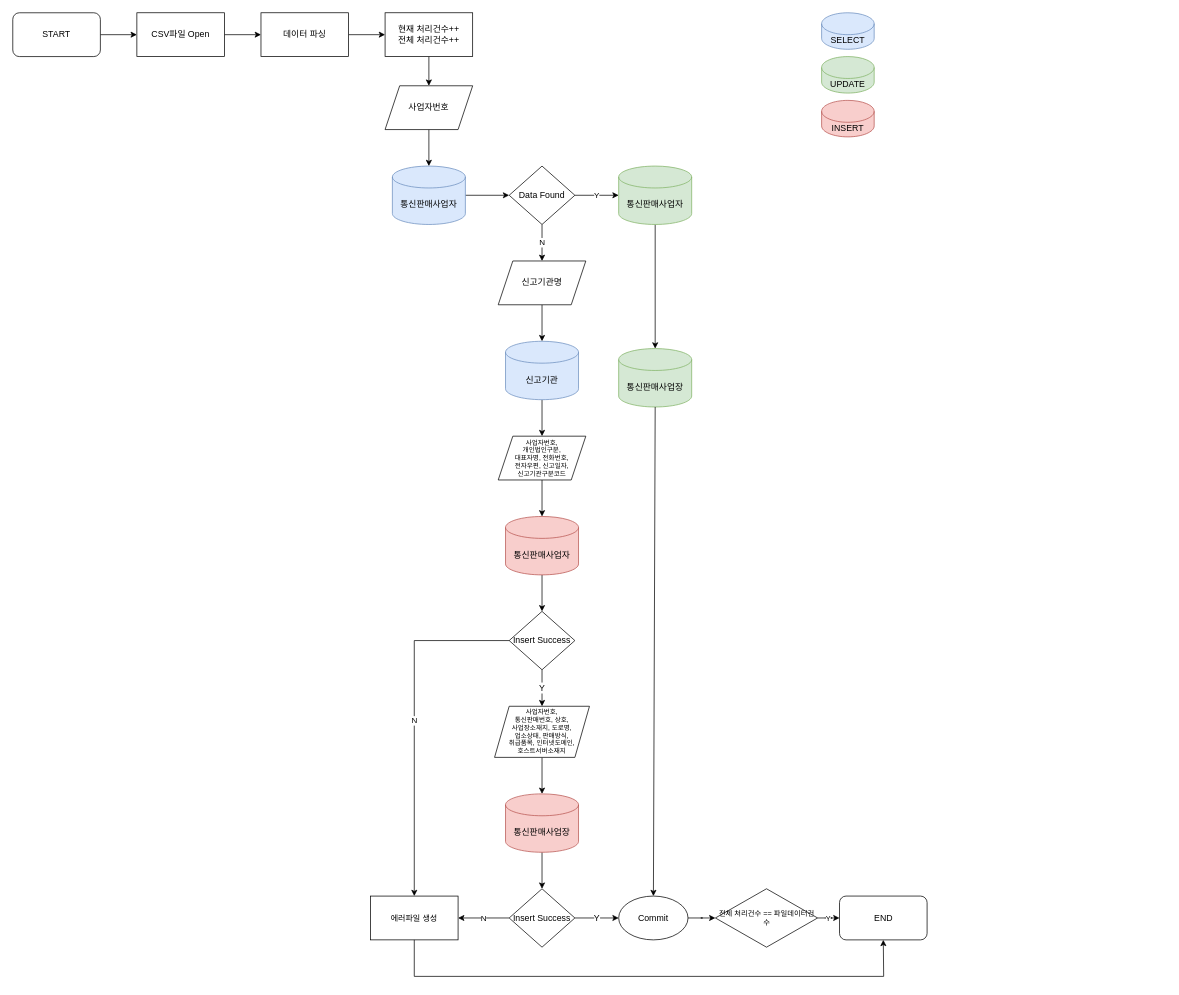
This is Untitled Diagram.drawio from h22j2n/BeakJoon, a draw.io file, before an edit. Source tidied: cells renumbered, new cells numbered last; positions are measured from the earlier drawing's top-left corner, leaving out a move shared by most shapes. Both pictures are drawn from the tidied source at 73%, with x=0, y=0 at pixel (12, 12).
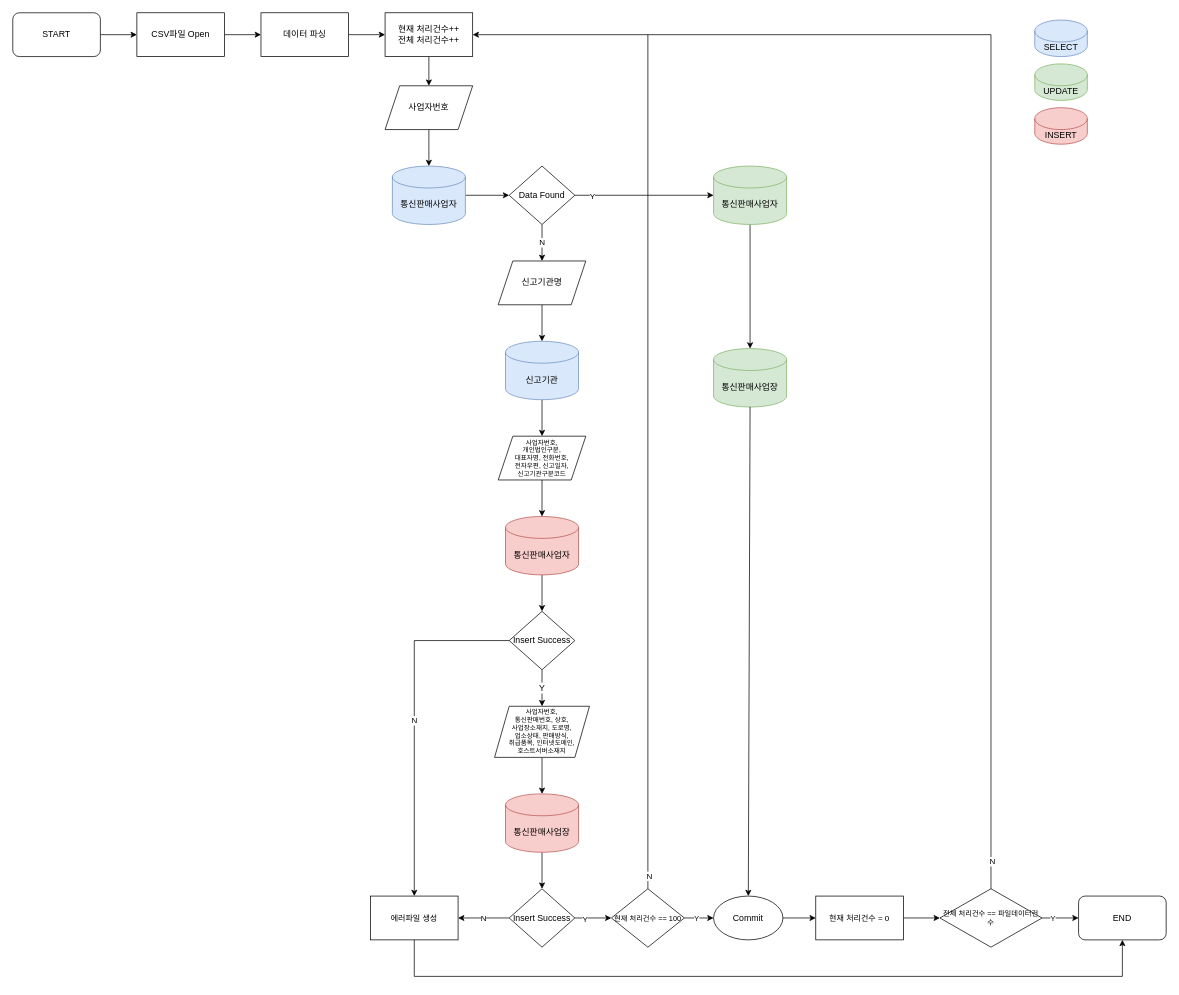
The same diagram, later.

The change refers to these unchanged cells:
```xml
<mxCell id="14" value="Data Found" style="rhombus;whiteSpace=wrap;html=1;" parent="1" vertex="1">
  <mxGeometry x="680" y="210" width="90" height="80" as="geometry" />
</mxCell>
<mxCell id="31" value="Insert Success" style="rhombus;whiteSpace=wrap;html=1;" parent="1" vertex="1">
  <mxGeometry x="680" y="1200" width="90" height="80" as="geometry" />
</mxCell>
<mxCell id="39" value="현재 처리건수++&lt;br&gt;전체 처리건수++" style="rounded=0;whiteSpace=wrap;html=1;" parent="1" vertex="1">
  <mxGeometry x="510" width="120" height="60" as="geometry" />
</mxCell>
<mxCell id="44" value="에러파일 생성" style="rounded=0;whiteSpace=wrap;html=1;fontSize=11;" parent="1" vertex="1">
  <mxGeometry x="490" y="1210" width="120" height="60" as="geometry" />
</mxCell>
```

Change to the diagram source:
```diff
@@
-    <mxCell id="13" value="Y" style="edgeStyle=orthogonalEdgeStyle;rounded=0;jettySize=auto;html=1;fontSize=11;" parent="1" edge="1" source="14" target="41">
+    <mxCell id="13" style="edgeStyle=orthogonalEdgeStyle;rounded=0;jettySize=auto;html=1;fontSize=11;" parent="1" edge="1" source="14" target="41">
       <mxGeometry relative="1" as="geometry" />
     </mxCell>
+    <mxCell id="50" value="Y" style="edgeLabel;html=1;align=center;verticalAlign=middle;fontSize=11;" parent="13" vertex="1">
+      <mxGeometry x="-0.76" y="-1" relative="1" as="geometry" />
+    </mxCell>
@@
-    <mxCell id="29" value="Y" style="edgeStyle=orthogonalEdgeStyle;rounded=0;jettySize=auto;html=1;fontSize=12;" parent="1" edge="1" source="31" target="33">
-      <mxGeometry relative="1" as="geometry" />
-    </mxCell>
@@
+    <mxCell id="51" style="edgeStyle=orthogonalEdgeStyle;rounded=0;jettySize=auto;html=1;fontSize=11;" parent="1" edge="1" source="31" target="60">
+      <mxGeometry relative="1" as="geometry" />
+    </mxCell>
+    <mxCell id="52" value="Y" style="edgeLabel;html=1;align=center;verticalAlign=middle;fontSize=11;" parent="51" vertex="1">
+      <mxGeometry x="-0.48" y="-1" relative="1" as="geometry" />
+    </mxCell>
@@
-    <mxCell id="32" style="edgeStyle=orthogonalEdgeStyle;rounded=0;jettySize=auto;html=1;fontSize=10;" parent="1" edge="1" source="33" target="36">
-      <mxGeometry relative="1" as="geometry" />
-    </mxCell>
+    <mxCell id="53" style="edgeStyle=orthogonalEdgeStyle;rounded=0;jettySize=auto;html=1;fontSize=11;" parent="1" edge="1" source="33" target="55">
+      <mxGeometry relative="1" as="geometry" />
+    </mxCell>
     <mxCell id="33" value="Commit" style="ellipse;whiteSpace=wrap;html=1;fontSize=12;" parent="1" vertex="1">
-      <mxGeometry x="830" y="1210" width="95" height="60" as="geometry" />
+      <mxGeometry x="960" y="1210" width="95" height="60" as="geometry" />
     </mxCell>
@@
     <mxCell id="36" value="전체 처리건수 == 파일데이터건수" style="rhombus;whiteSpace=wrap;html=1;fontSize=10;" parent="1" vertex="1">
-      <mxGeometry x="962.5" y="1200" width="140" height="80" as="geometry" />
+      <mxGeometry x="1270" y="1200" width="140" height="80" as="geometry" />
     </mxCell>
     <mxCell id="37" value="END" style="rounded=1;whiteSpace=wrap;html=1;" parent="1" vertex="1">
-      <mxGeometry x="1132.5" y="1210" width="120" height="60" as="geometry" />
+      <mxGeometry x="1460" y="1210" width="120" height="60" as="geometry" />
     </mxCell>
@@
     <mxCell id="41" value="통신판매사업자" style="shape=cylinder3;whiteSpace=wrap;html=1;boundedLbl=1;backgroundOutline=1;size=15;fillColor=#d5e8d4;strokeColor=#82b366;" parent="1" vertex="1">
-      <mxGeometry x="830" y="210" width="100" height="80" as="geometry" />
+      <mxGeometry x="960" y="210" width="100" height="80" as="geometry" />
     </mxCell>
     <mxCell id="42" value="통신판매사업장" style="shape=cylinder3;whiteSpace=wrap;html=1;boundedLbl=1;backgroundOutline=1;size=15;fillColor=#d5e8d4;strokeColor=#82b366;" parent="1" vertex="1">
-      <mxGeometry x="830" y="460" width="100" height="80" as="geometry" />
+      <mxGeometry x="960" y="460" width="100" height="80" as="geometry" />
     </mxCell>
@@
     <mxCell id="46" style="endArrow=classic;html=1;fontSize=11;exitX=0.5;exitY=1;exitDx=0;exitDy=0;entryX=0.5;entryY=1;entryDx=0;entryDy=0;rounded=0;" parent="1" edge="1" source="44" target="37">
       <mxGeometry relative="1" as="geometry">
         <Array as="points">
           <mxPoint x="550" y="1320" />
-          <mxPoint x="1193" y="1320" />
+          <mxPoint x="1520" y="1320" />
         </Array>
       </mxGeometry>
     </mxCell>
     <mxCell id="47" value="SELECT" style="shape=cylinder3;whiteSpace=wrap;html=1;boundedLbl=1;backgroundOutline=1;size=15;fillColor=#dae8fc;strokeColor=#6c8ebf;" parent="1" vertex="1">
-      <mxGeometry x="1108" width="72" height="50" as="geometry" />
+      <mxGeometry x="1400" y="10" width="72" height="50" as="geometry" />
     </mxCell>
     <mxCell id="48" value="UPDATE" style="shape=cylinder3;whiteSpace=wrap;html=1;boundedLbl=1;backgroundOutline=1;size=15;fillColor=#d5e8d4;strokeColor=#82b366;" parent="1" vertex="1">
-      <mxGeometry x="1108" y="60" width="72" height="50" as="geometry" />
+      <mxGeometry x="1400" y="70" width="72" height="50" as="geometry" />
     </mxCell>
     <mxCell id="49" value="INSERT" style="shape=cylinder3;whiteSpace=wrap;html=1;boundedLbl=1;backgroundOutline=1;size=15;fillColor=#f8cecc;strokeColor=#b85450;" parent="1" vertex="1">
-      <mxGeometry x="1108" y="120" width="72" height="50" as="geometry" />
+      <mxGeometry x="1400" y="130" width="72" height="50" as="geometry" />
     </mxCell>
+    <mxCell id="54" style="edgeStyle=orthogonalEdgeStyle;rounded=0;jettySize=auto;html=1;fontSize=11;" parent="1" edge="1" source="55" target="36">
+      <mxGeometry relative="1" as="geometry" />
+    </mxCell>
+    <mxCell id="55" value="현재 처리건수 = 0" style="rounded=0;whiteSpace=wrap;html=1;fontSize=11;" parent="1" vertex="1">
+      <mxGeometry x="1100" y="1210" width="120" height="60" as="geometry" />
+    </mxCell>
+    <mxCell id="56" style="endArrow=classic;html=1;fontSize=11;exitX=0.5;exitY=0;exitDx=0;exitDy=0;entryX=1;entryY=0.5;entryDx=0;entryDy=0;rounded=0;" parent="1" edge="1" source="36" target="39">
+      <mxGeometry relative="1" as="geometry">
+        <Array as="points">
+          <mxPoint x="1340" y="30" />
+        </Array>
+      </mxGeometry>
+    </mxCell>
+    <mxCell id="57" value="N" style="edgeLabel;html=1;align=center;verticalAlign=middle;fontSize=11;" parent="56" vertex="1">
+      <mxGeometry x="-0.96" y="-1" relative="1" as="geometry" />
+    </mxCell>
+    <mxCell id="58" style="edgeStyle=orthogonalEdgeStyle;rounded=0;jettySize=auto;html=1;fontSize=11;" parent="1" edge="1" source="60" target="33">
+      <mxGeometry relative="1" as="geometry" />
+    </mxCell>
+    <mxCell id="59" value="Y" style="edgeLabel;html=1;align=center;verticalAlign=middle;fontSize=10;" parent="58" vertex="1">
+      <mxGeometry x="-0.2" relative="1" as="geometry" />
+    </mxCell>
+    <mxCell id="60" value="현재 처리건수 == 100" style="rhombus;whiteSpace=wrap;html=1;fontSize=10;" parent="1" vertex="1">
+      <mxGeometry x="820" y="1200" width="100" height="80" as="geometry" />
+    </mxCell>
+    <mxCell id="61" style="endArrow=none;html=1;fontSize=10;exitX=0.5;exitY=0;exitDx=0;exitDy=0;" parent="1" edge="1" source="60">
+      <mxGeometry relative="1" as="geometry">
+        <mxPoint x="870" y="30" as="targetPoint" />
+      </mxGeometry>
+    </mxCell>
+    <mxCell id="62" value="N" style="edgeLabel;html=1;align=center;verticalAlign=middle;fontSize=11;" parent="61" vertex="1">
+      <mxGeometry x="-0.97" y="-1" relative="1" as="geometry" />
+    </mxCell>
```
